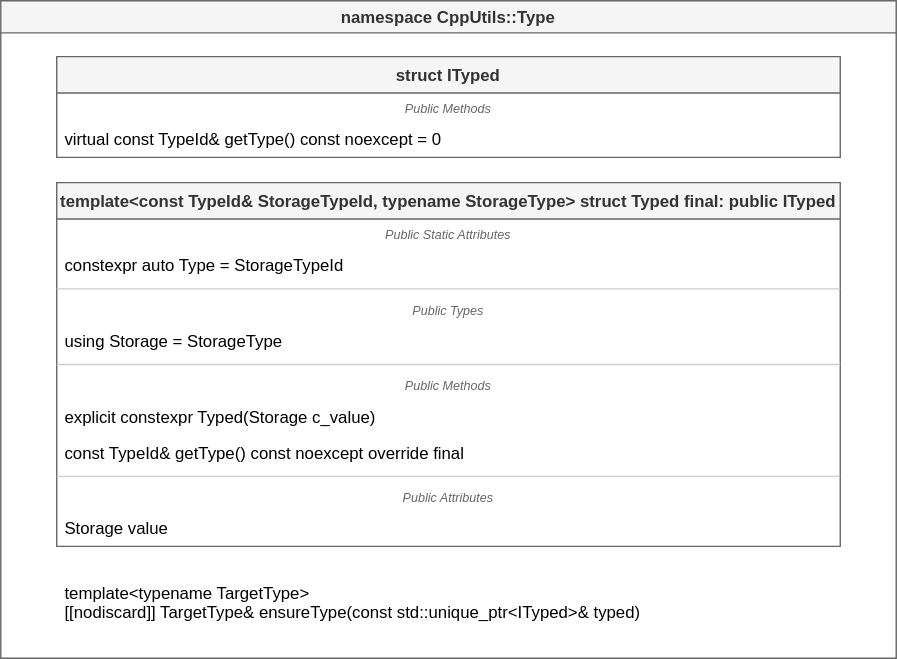
Above: Type/resources/Typed.drawio.svg in MorganCaron/CppUtils (draw.io), before the change. Source tidied: cells renumbered, new cells last; positions are measured from the earlier drawing's top-left corner, leaving out a move shared by most shapes.
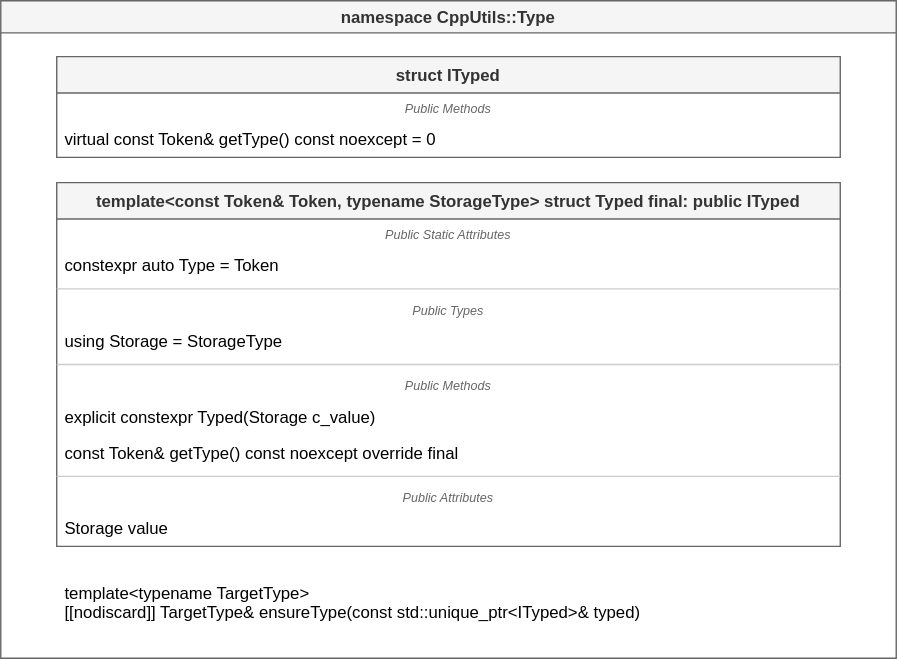
After the commit.

The edit, as a diff of the source:
```diff
@@ -11,16 +11,16 @@
     <mxCell id="4" value="Public Methods" style="text;strokeColor=none;fillColor=none;align=center;verticalAlign=top;spacingLeft=4;spacingRight=4;overflow=hidden;fontStyle=2;fontSize=9;fontColor=#666666;spacing=2;" parent="3" vertex="1">
       <mxGeometry y="26" width="560" height="20" as="geometry" />
     </mxCell>
-    <mxCell id="5" value="virtual const TypeId&amp; getType() const noexcept = 0" style="text;strokeColor=none;fillColor=none;align=left;verticalAlign=top;spacingLeft=4;spacingRight=4;overflow=hidden;fontColor=#000000;" parent="3" vertex="1">
+    <mxCell id="5" value="virtual const Token&amp; getType() const noexcept = 0" style="text;strokeColor=none;fillColor=none;align=left;verticalAlign=top;spacingLeft=4;spacingRight=4;overflow=hidden;fontColor=#000000;" parent="3" vertex="1">
       <mxGeometry y="46" width="560" height="26" as="geometry" />
     </mxCell>
-    <mxCell id="6" value="template&lt;const TypeId&amp; StorageTypeId, typename StorageType&gt; struct Typed final: public ITyped" style="swimlane;fontStyle=1;align=center;verticalAlign=top;horizontal=1;startSize=26;swimlaneFillColor=#ffffff;shadow=0;glass=0;swimlaneLine=1;rounded=0;comic=0;labelBackgroundColor=none;fillColor=#f5f5f5;strokeColor=#666666;fontColor=#333333;" parent="2" vertex="1">
+    <mxCell id="6" value="template&lt;const Token&amp; Token, typename StorageType&gt; struct Typed final: public ITyped" style="swimlane;fontStyle=1;align=center;verticalAlign=top;horizontal=1;startSize=26;swimlaneFillColor=#ffffff;shadow=0;glass=0;swimlaneLine=1;rounded=0;comic=0;labelBackgroundColor=none;fillColor=#f5f5f5;strokeColor=#666666;fontColor=#333333;" parent="2" vertex="1">
       <mxGeometry x="40" y="130" width="560" height="260" as="geometry" />
     </mxCell>
     <mxCell id="7" value="Public Static Attributes" style="text;strokeColor=none;fillColor=none;align=center;verticalAlign=top;spacingLeft=4;spacingRight=4;overflow=hidden;fontStyle=2;fontSize=9;fontColor=#666666;spacing=2;" parent="6" vertex="1">
       <mxGeometry y="26" width="560" height="20" as="geometry" />
     </mxCell>
-    <mxCell id="8" value="constexpr auto Type = StorageTypeId" style="text;strokeColor=none;fillColor=none;align=left;verticalAlign=top;spacingLeft=4;spacingRight=4;overflow=hidden;fontColor=#000000;" parent="6" vertex="1">
+    <mxCell id="8" value="constexpr auto Type = Token" style="text;strokeColor=none;fillColor=none;align=left;verticalAlign=top;spacingLeft=4;spacingRight=4;overflow=hidden;fontColor=#000000;" parent="6" vertex="1">
       <mxGeometry y="46" width="560" height="26" as="geometry" />
     </mxCell>
     <mxCell id="9" style="line;strokeWidth=1;fillColor=none;align=left;verticalAlign=middle;spacingTop=-1;spacingLeft=3;spacingRight=3;labelPosition=right;strokeColor=#CCCCCC;" parent="6" vertex="1">
@@ -41,7 +41,7 @@
     <mxCell id="14" value="explicit constexpr Typed(Storage c_value)" style="text;strokeColor=none;fillColor=none;align=left;verticalAlign=top;spacingLeft=4;spacingRight=4;overflow=hidden;fontColor=#000000;" parent="6" vertex="1">
       <mxGeometry y="154" width="560" height="26" as="geometry" />
     </mxCell>
-    <mxCell id="15" value="const TypeId&amp; getType() const noexcept override final" style="text;strokeColor=none;fillColor=none;align=left;verticalAlign=top;spacingLeft=4;spacingRight=4;overflow=hidden;fontColor=#000000;" parent="6" vertex="1">
+    <mxCell id="15" value="const Token&amp; getType() const noexcept override final" style="text;strokeColor=none;fillColor=none;align=left;verticalAlign=top;spacingLeft=4;spacingRight=4;overflow=hidden;fontColor=#000000;" parent="6" vertex="1">
       <mxGeometry y="180" width="560" height="26" as="geometry" />
     </mxCell>
     <mxCell id="16" style="line;strokeWidth=1;fillColor=none;align=left;verticalAlign=middle;spacingTop=-1;spacingLeft=3;spacingRight=3;labelPosition=right;strokeColor=#CCCCCC;" parent="6" vertex="1">
```
